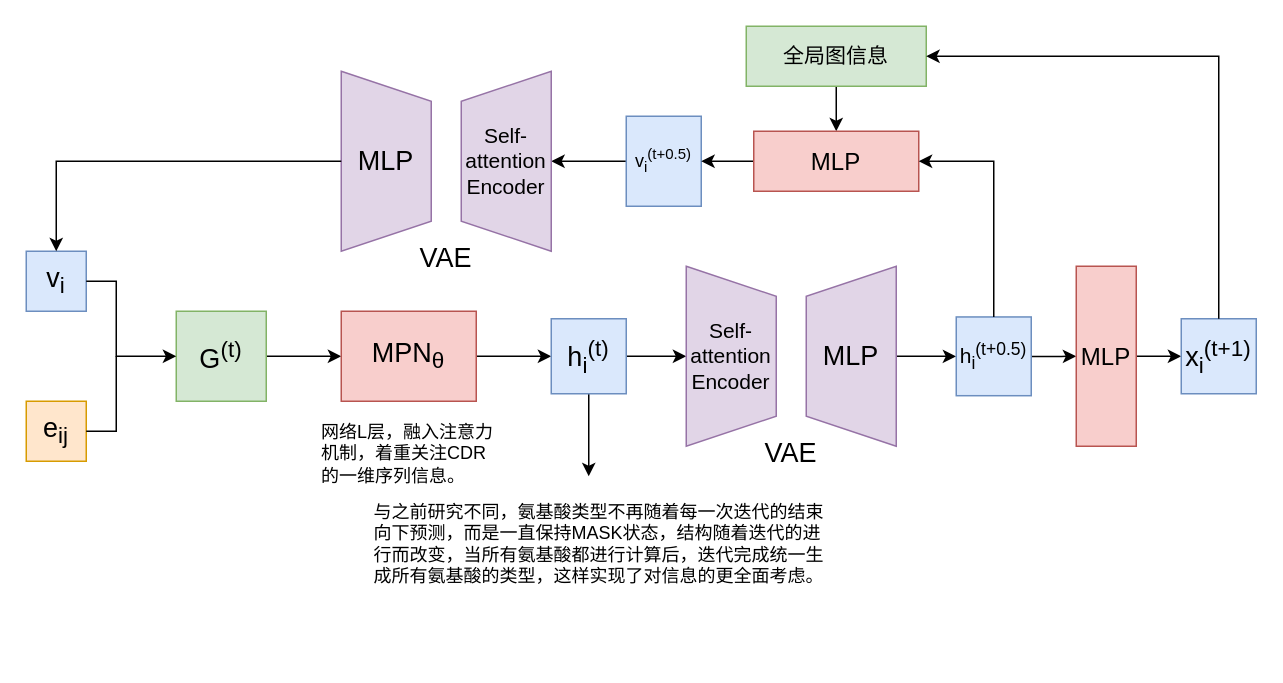
Above: rp.drawio in cauchy-max/my-room (draw.io), before the change. Source tidied: cells renumbered, new cells numbered last; positions are measured from the earlier drawing's top-left corner, leaving out a move shared by most shapes. Both pictures are drawn from the tidied source at 150%, with x=0, y=0 at pixel (26, 26).
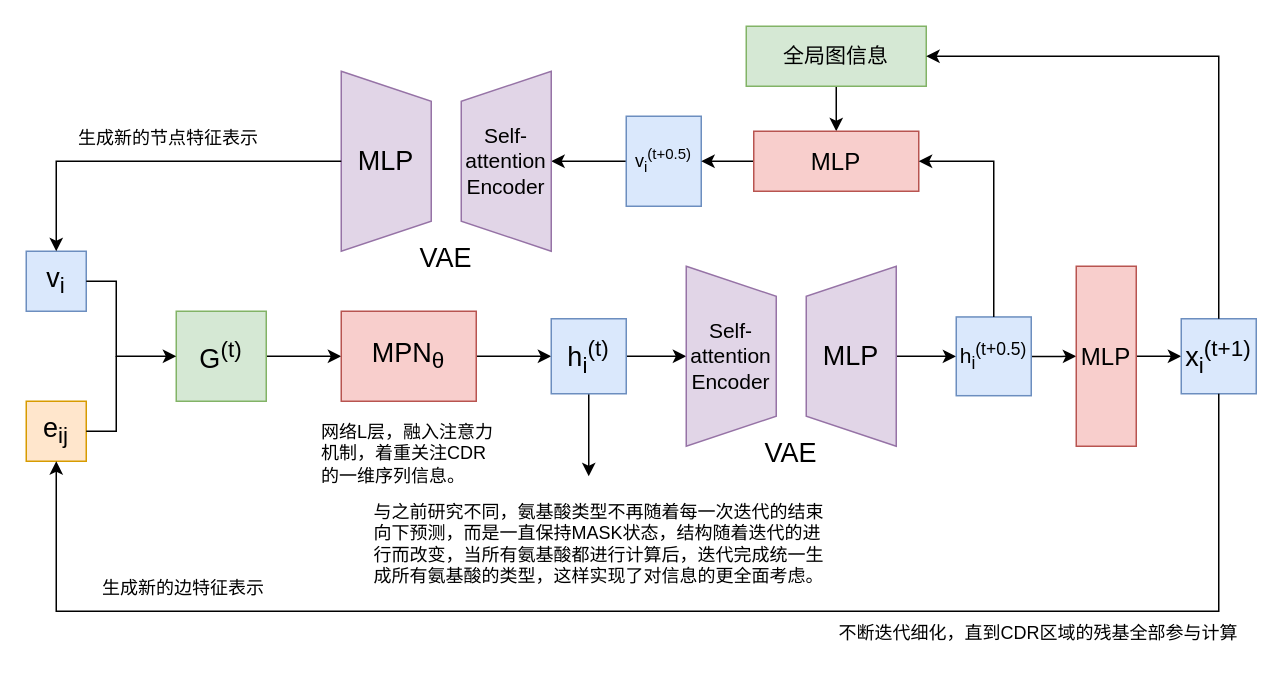
Above is the later version.

The change refers to these unchanged cells:
```xml
<mxCell id="3" value="&lt;span style=&quot;font-size: 18px;&quot;&gt;e&lt;sub&gt;ij&lt;/sub&gt;&lt;/span&gt;" style="rounded=0;whiteSpace=wrap;html=1;fillColor=#ffe6cc;strokeColor=#d79b00;" parent="1" vertex="1">
  <mxGeometry y="250" width="40" height="40" as="geometry" />
</mxCell>
<mxCell id="22" value="&lt;font style=&quot;font-size: 18px;&quot;&gt;x&lt;sub&gt;i&lt;/sub&gt;&lt;sup&gt;(t+1)&lt;/sup&gt;&lt;/font&gt;" style="rounded=0;whiteSpace=wrap;html=1;fillColor=#dae8fc;strokeColor=#6c8ebf;" parent="1" vertex="1">
  <mxGeometry x="770" y="195" width="50" height="50" as="geometry" />
</mxCell>
```

What changed in the source:
```diff
@@
+    <mxCell id="36" style="endArrow=classic;html=1;rounded=0;exitX=0.5;exitY=1;exitDx=0;exitDy=0;entryX=0.5;entryY=1;entryDx=0;entryDy=0;" parent="1" edge="1" source="22" target="3">
+      <mxGeometry relative="1" as="geometry">
+        <Array as="points">
+          <mxPoint x="795" y="390" />
+          <mxPoint x="400" y="390" />
+          <mxPoint x="20" y="390" />
+        </Array>
+      </mxGeometry>
+    </mxCell>
+    <mxCell id="37" value="生成新的节点特征表示" style="text;html=1;strokeColor=none;fillColor=none;align=center;verticalAlign=middle;whiteSpace=wrap;rounded=0;" parent="1" vertex="1">
+      <mxGeometry x="30" y="60" width="130" height="30" as="geometry" />
+    </mxCell>
+    <mxCell id="38" value="生成新的边特征表示" style="text;html=1;strokeColor=none;fillColor=none;align=center;verticalAlign=middle;whiteSpace=wrap;rounded=0;" parent="1" vertex="1">
+      <mxGeometry x="40" y="360" width="130" height="30" as="geometry" />
+    </mxCell>
+    <mxCell id="39" value="不断迭代细化，直到CDR区域的残基全部参与计算" style="text;html=1;strokeColor=none;fillColor=none;align=center;verticalAlign=middle;whiteSpace=wrap;rounded=0;" parent="1" vertex="1">
+      <mxGeometry x="530" y="390" width="290" height="30" as="geometry" />
+    </mxCell>
```
